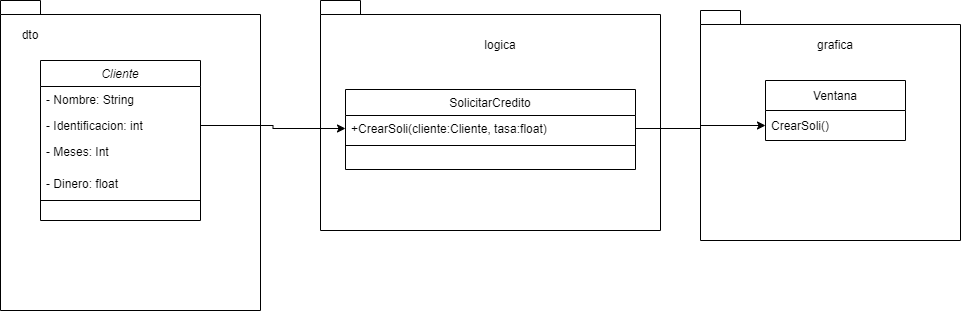
Earlier version of the draw.io export Untitled Diagram.drawio.png (santian12/Credito-bancario). Source tidied: cells renumbered, new cells last; positions are measured from the earlier drawing's top-left corner, leaving out a move shared by most shapes.
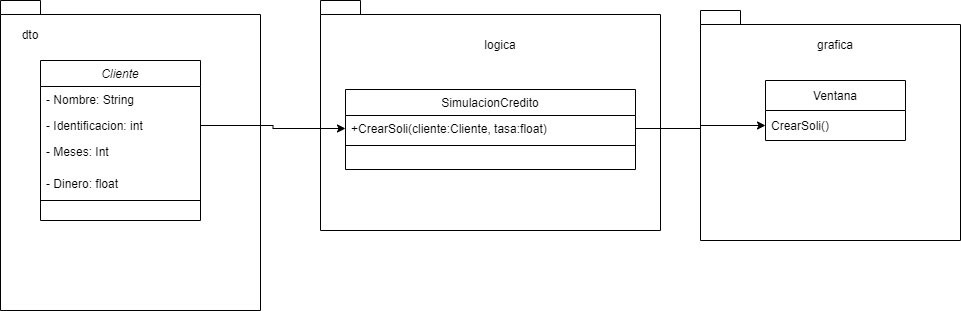
The same file after the commit.

Change to the diagram source:
```diff
@@ -29,7 +29,7 @@
     <mxCell id="10" style="line;html=1;strokeWidth=1;align=left;verticalAlign=middle;spacingTop=-1;spacingLeft=3;spacingRight=3;labelPosition=right;" parent="5" vertex="1">
       <mxGeometry y="136" width="160" height="8" as="geometry" />
     </mxCell>
-    <mxCell id="11" value="SolicitarCredito" style="swimlane;fontStyle=0;align=center;verticalAlign=top;horizontal=1;startSize=26;rounded=0;shadow=0;strokeWidth=1;" parent="1" vertex="1">
+    <mxCell id="11" value="SimulacionCredito" style="swimlane;fontStyle=0;align=center;verticalAlign=top;horizontal=1;startSize=26;rounded=0;shadow=0;strokeWidth=1;" parent="1" vertex="1">
       <mxGeometry x="345" y="89" width="290" height="80" as="geometry" />
     </mxCell>
     <mxCell id="12" value="+CrearSoli(cliente:Cliente, tasa:float)" style="text;align=left;verticalAlign=top;spacingLeft=4;spacingRight=4;overflow=hidden;points=[[0,0.5],[1,0.5]];portConstraint=eastwest;rounded=0;shadow=0;html=0;" parent="11" vertex="1">
```
